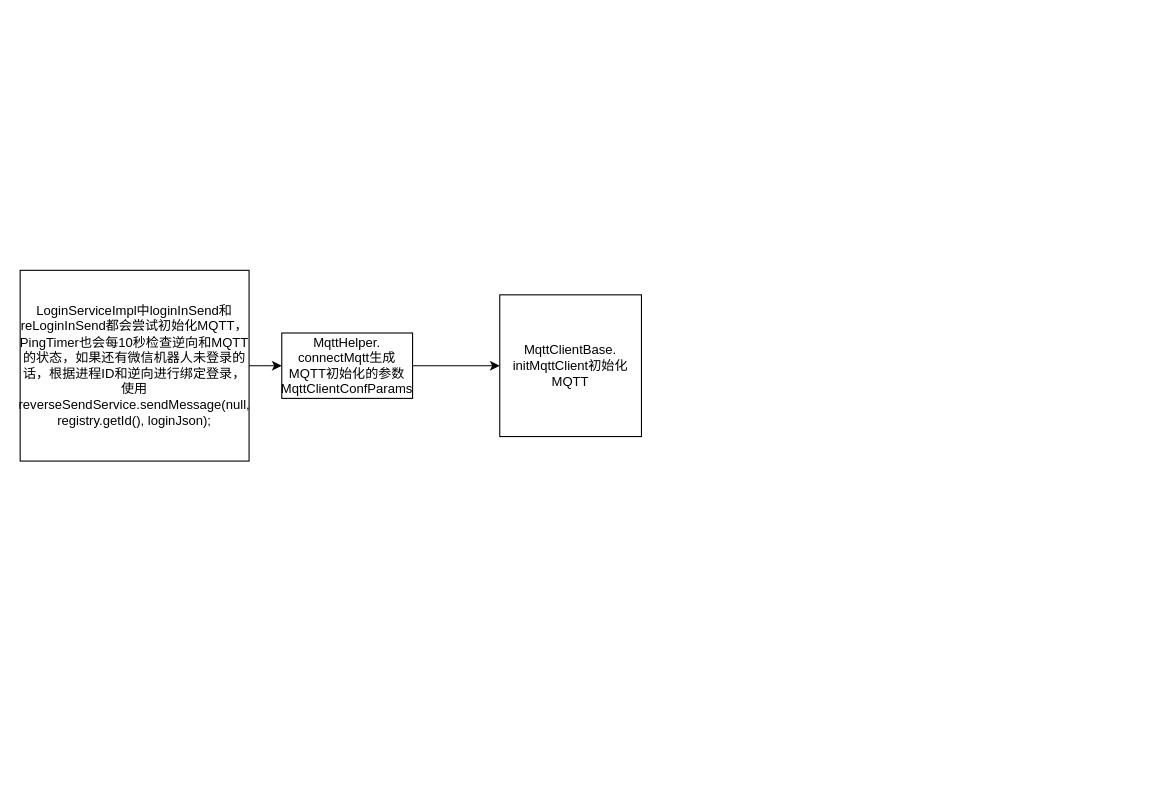
The draw.io diagram javaClient-MQTT流程图.drawio in 1819011603/-, before the edit. Source tidied: cells renumbered, new cells numbered last; positions are measured from the earlier drawing's top-left corner, leaving out a move shared by most shapes. Both pictures are drawn from the tidied source at 109%, with x=0, y=0 at pixel (20, 269).
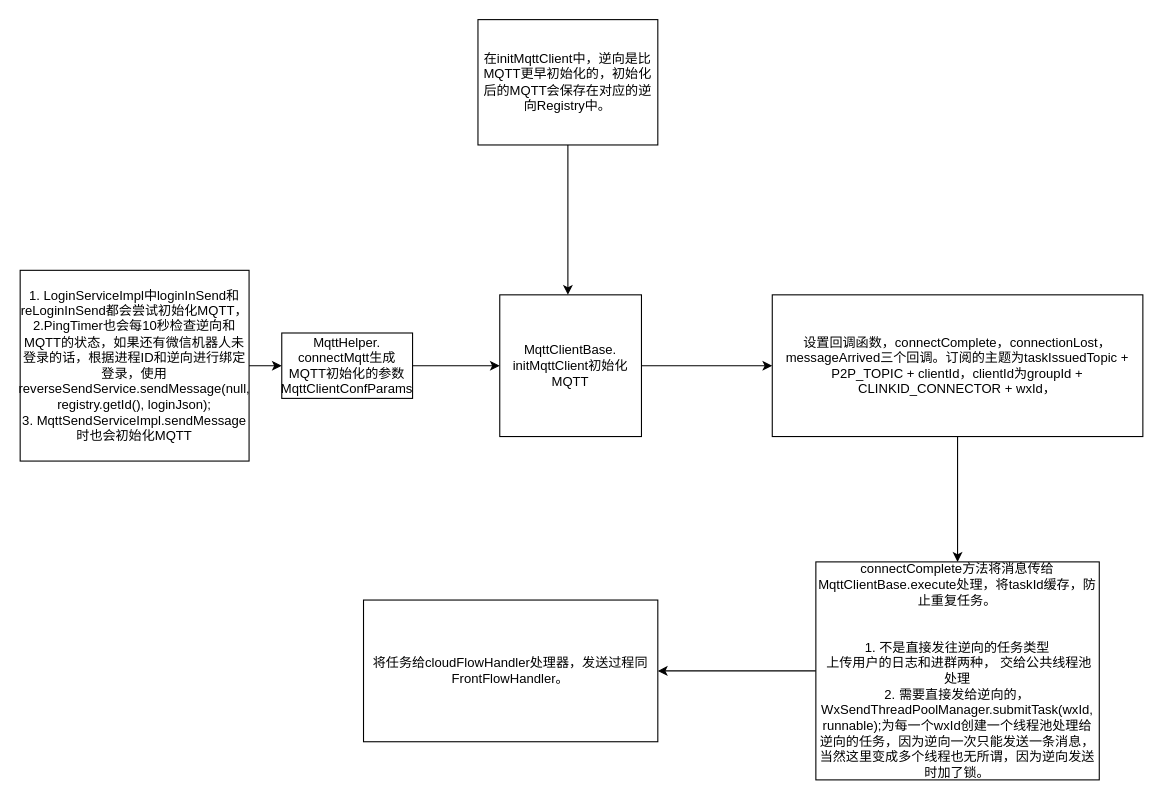
The same page after the edit.

Commit message (it also covers changes not shown here):
更新javaClient-MQTT流程图.drawio

What changed in the source:
```diff
@@
 <mxGraphModel>
   <root>
     <mxCell id="0" />
     <mxCell id="1" parent="0" />
+    <mxCell id="7" style="edgeStyle=orthogonalEdgeStyle;rounded=0;jettySize=auto;html=1;" parent="1" edge="1" source="2" target="11">
+      <mxGeometry relative="1" as="geometry" />
+    </mxCell>
     <mxCell id="2" value="MqttClientBase.&lt;br&gt;initMqttClient初始化MQTT" style="whiteSpace=wrap;html=1;" parent="1" vertex="1">
       <mxGeometry x="440" y="23" width="130" height="130" as="geometry" />
     </mxCell>
     <mxCell id="3" style="edgeStyle=orthogonalEdgeStyle;rounded=0;jettySize=auto;html=1;" parent="1" edge="1" source="4">
       <mxGeometry relative="1" as="geometry">
         <mxPoint x="440" y="88" as="targetPoint" />
       </mxGeometry>
     </mxCell>
     <mxCell id="4" value="MqttHelper.&lt;br&gt;connectMqtt生成MQTT初始化的参数MqttClientConfParams" style="rounded=0;whiteSpace=wrap;html=1;" parent="1" vertex="1">
       <mxGeometry x="240" y="58" width="120" height="60" as="geometry" />
     </mxCell>
     <mxCell id="5" style="edgeStyle=orthogonalEdgeStyle;rounded=0;jettySize=auto;html=1;" parent="1" edge="1" source="6" target="4">
       <mxGeometry relative="1" as="geometry" />
     </mxCell>
-    <mxCell id="6" value="LoginServiceImpl中loginInSend和reLoginInSend都会尝试初始化MQTT，PingTimer也会每10秒检查逆向和MQTT的状态，如果还有微信机器人未登录的话，根据进程ID和逆向进行绑定登录，使用reverseSendService.sendMessage(null, registry.getId(), loginJson);" style="rounded=0;whiteSpace=wrap;html=1;" parent="1" vertex="1">
+    <mxCell id="6" value="1. LoginServiceImpl中loginInSend和reLoginInSend都会尝试初始化MQTT，&lt;br&gt;2.PingTimer也会每10秒检查逆向和MQTT的状态，如果还有微信机器人未登录的话，根据进程ID和逆向进行绑定登录，使用reverseSendService.sendMessage(null, registry.getId(), loginJson);&lt;br&gt;3.&amp;nbsp;MqttSendServiceImpl.sendMessage时也会初始化MQTT" style="rounded=0;whiteSpace=wrap;html=1;" parent="1" vertex="1">
       <mxGeometry y="0.5" width="210" height="175" as="geometry" />
     </mxCell>
+    <mxCell id="8" style="edgeStyle=orthogonalEdgeStyle;rounded=0;jettySize=auto;html=1;entryX=0.5;entryY=0;entryDx=0;entryDy=0;" parent="1" edge="1" source="9">
+      <mxGeometry relative="1" as="geometry">
+        <mxPoint x="502.5" y="23" as="targetPoint" />
+      </mxGeometry>
+    </mxCell>
+    <mxCell id="9" value="在initMqttClient中，&lt;span style=&quot;background-color: initial;&quot;&gt;逆向是比MQTT更早初始化的，初始化后的MQTT会保存在对应的逆向Registry中。&lt;/span&gt;" style="rounded=0;whiteSpace=wrap;html=1;" parent="1" vertex="1">
+      <mxGeometry x="420" y="-229.5" width="165" height="115" as="geometry" />
+    </mxCell>
+    <mxCell id="10" style="edgeStyle=orthogonalEdgeStyle;rounded=0;jettySize=auto;html=1;" parent="1" edge="1" source="11" target="13">
+      <mxGeometry relative="1" as="geometry" />
+    </mxCell>
+    <mxCell id="11" value="设置回调函数，connectComplete，connectionLost，messageArrived三个回调。订阅的&lt;span style=&quot;background-color: initial;&quot;&gt;主题为taskIssuedTopic + P2P_TOPIC + clientId，clientId为groupId + CLINKID_CONNECTOR + wxId，&lt;/span&gt;" style="whiteSpace=wrap;html=1;" parent="1" vertex="1">
+      <mxGeometry x="690" y="23" width="340" height="130" as="geometry" />
+    </mxCell>
+    <mxCell id="12" style="edgeStyle=orthogonalEdgeStyle;rounded=0;jettySize=auto;html=1;" parent="1" edge="1" source="13" target="14">
+      <mxGeometry relative="1" as="geometry" />
+    </mxCell>
+    <mxCell id="13" value="connectComplete方法将消息传给MqttClientBase.execute处理，将taskId缓存，防止重复任务。&lt;br&gt;&lt;br&gt;&lt;br&gt;1.&amp;nbsp;不是直接发往逆向的任务类型&lt;br style=&quot;border-color: var(--border-color);&quot;&gt;&amp;nbsp;上传用户的日志和进群两种， 交给公共线程池处理&lt;br style=&quot;border-color: var(--border-color);&quot;&gt;2. 需要直接发给逆向的，WxSendThreadPoolManager.submitTask(wxId, runnable);为每一个wxId创建一个线程池处理给逆向的任务，因为逆向一次只能发送一条消息，当然这里变成多个线程也无所谓，因为逆向发送时加了锁。" style="whiteSpace=wrap;html=1;" parent="1" vertex="1">
+      <mxGeometry x="730" y="268" width="260" height="200" as="geometry" />
+    </mxCell>
+    <mxCell id="14" value="将任务给cloudFlowHandler处理器，发送过程同FrontFlowHandler。" style="whiteSpace=wrap;html=1;" parent="1" vertex="1">
+      <mxGeometry x="315" y="303" width="270" height="130" as="geometry" />
+    </mxCell>
   </root>
 </mxGraphModel>
```
